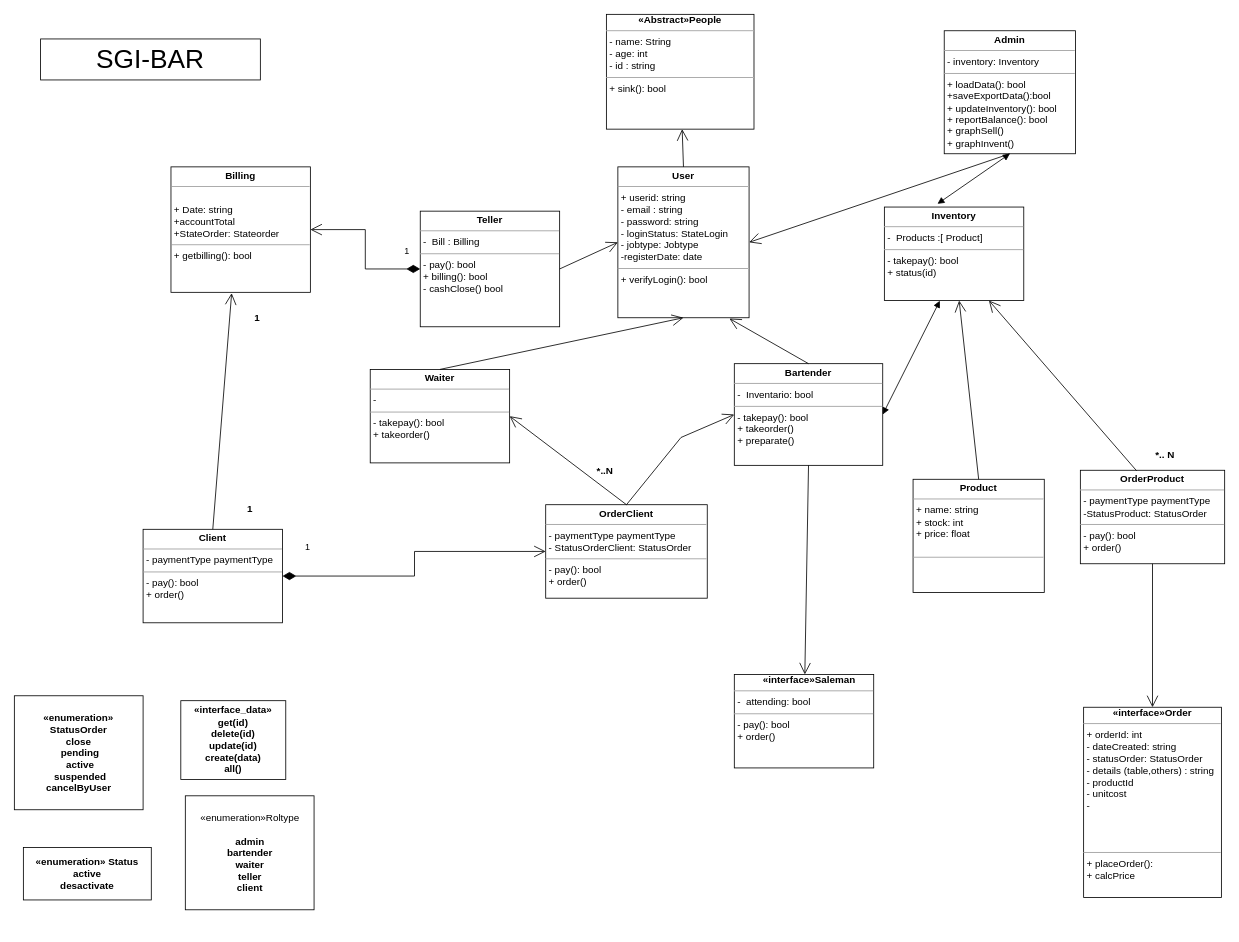
Before: page "SGI-bar" (5 of 5) of UML.drawio in BROC95/JJB_sw, a draw.io diagram. Source tidied: cells renumbered, new cells numbered last; positions are measured from the earlier drawing's top-left corner, leaving out a move shared by most shapes. Both pictures are drawn from the tidied source at 82%, with x=0, y=0 at pixel (14, 14).
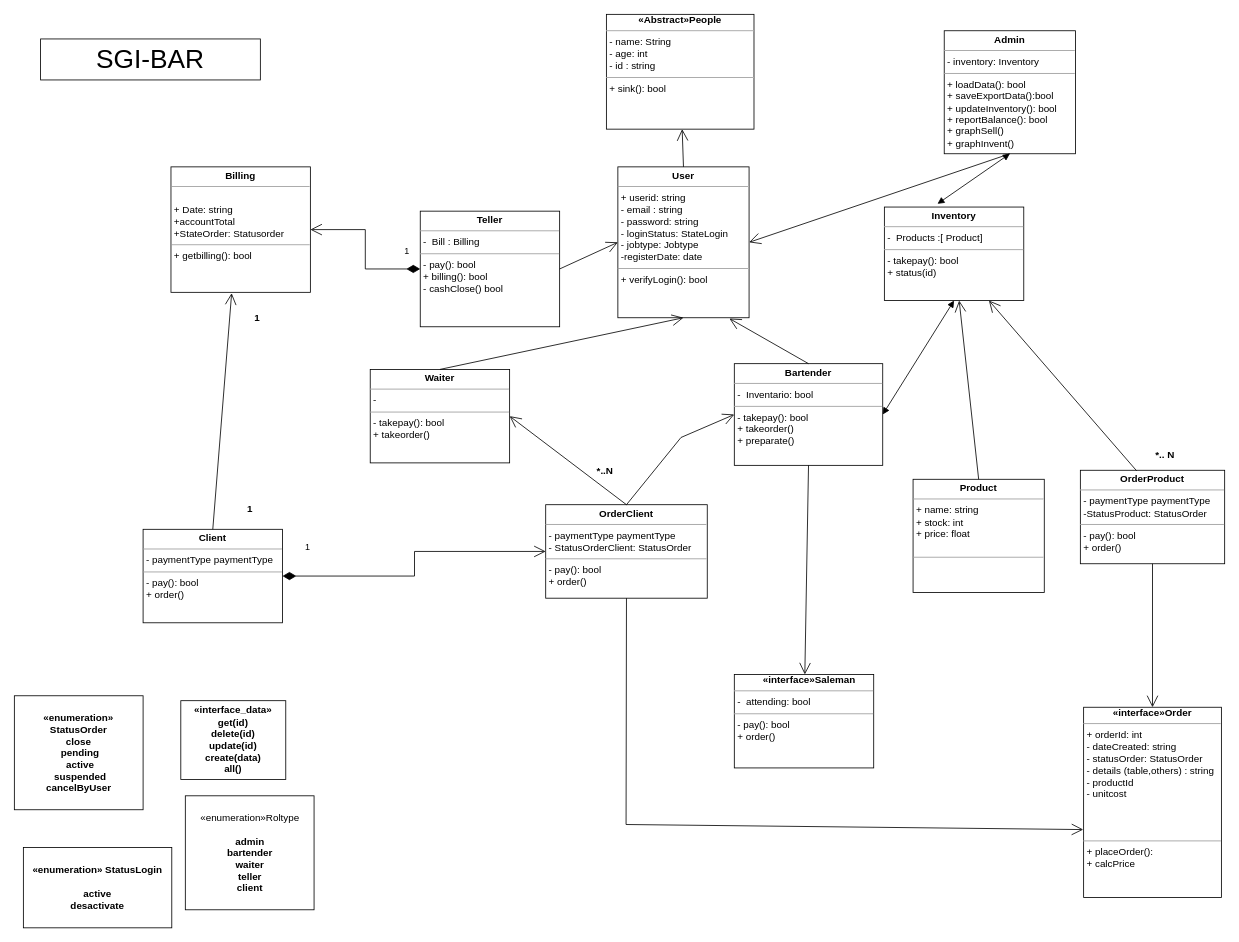
Above is the later version.

The change refers to these unchanged cells:
```xml
<mxCell id="13" value="&lt;p style=&quot;margin:0px;margin-top:4px;text-align:center;&quot;&gt;&lt;b&gt;Bartender&lt;/b&gt;&lt;/p&gt;&lt;hr size=&quot;1&quot;&gt;&lt;p style=&quot;margin:0px;margin-left:4px;&quot;&gt;-&amp;nbsp; Inventario: bool&lt;/p&gt;&lt;hr size=&quot;1&quot;&gt;&lt;p style=&quot;margin:0px;margin-left:4px;&quot;&gt;- takepay(): bool&lt;/p&gt;&lt;p style=&quot;margin:0px;margin-left:4px;&quot;&gt;+ takeorder()&lt;/p&gt;&lt;p style=&quot;margin:0px;margin-left:4px;&quot;&gt;+ preparate()&lt;/p&gt;" style="verticalAlign=top;align=left;overflow=fill;fontSize=12;fontFamily=Helvetica;html=1;whiteSpace=wrap;" parent="1" vertex="1">
  <mxGeometry x="878" y="426" width="181" height="124" as="geometry" />
</mxCell>
<mxCell id="14" value="&lt;p style=&quot;margin:0px;margin-top:4px;text-align:center;&quot;&gt;&lt;b&gt;Inventory&lt;/b&gt;&lt;/p&gt;&lt;hr size=&quot;1&quot;&gt;&lt;p style=&quot;margin:0px;margin-left:4px;&quot;&gt;-&amp;nbsp; Products :[ Product]&lt;/p&gt;&lt;hr size=&quot;1&quot;&gt;&lt;p style=&quot;margin:0px;margin-left:4px;&quot;&gt;- takepay(): bool&lt;/p&gt;&lt;p style=&quot;margin:0px;margin-left:4px;&quot;&gt;+ status(id)&lt;/p&gt;" style="verticalAlign=top;align=left;overflow=fill;fontSize=12;fontFamily=Helvetica;html=1;whiteSpace=wrap;" parent="1" vertex="1">
  <mxGeometry x="1061" y="235" width="170" height="114" as="geometry" />
</mxCell>
<mxCell id="23" value="&lt;p style=&quot;margin:0px;margin-top:4px;text-align:center;&quot;&gt;&lt;b&gt;OrderClient&lt;/b&gt;&lt;/p&gt;&lt;hr size=&quot;1&quot;&gt;&lt;p style=&quot;margin:0px;margin-left:4px;&quot;&gt;- paymentType paymentType&lt;/p&gt;&lt;p style=&quot;margin:0px;margin-left:4px;&quot;&gt;- StatusOrderClient: StatusOrder&lt;/p&gt;&lt;hr size=&quot;1&quot;&gt;&lt;p style=&quot;margin:0px;margin-left:4px;&quot;&gt;- pay(): bool&lt;/p&gt;&lt;p style=&quot;margin:0px;margin-left:4px;&quot;&gt;+ order()&lt;/p&gt;" style="verticalAlign=top;align=left;overflow=fill;fontSize=12;fontFamily=Helvetica;html=1;whiteSpace=wrap;" parent="1" vertex="1">
  <mxGeometry x="648" y="598" width="197" height="114" as="geometry" />
</mxCell>
```

Diff of the diagram source:
```diff
@@
-    <mxCell id="5" value="&lt;b&gt;«enumeration» Status&lt;br&gt;active&lt;br&gt;desactivate&lt;/b&gt;" style="html=1;whiteSpace=wrap;" parent="1" vertex="1">
-      <mxGeometry x="11" y="1016" width="156" height="64" as="geometry" />
+    <mxCell id="5" value="&lt;b&gt;«enumeration» StatusLogin&lt;br&gt;&lt;br&gt;active&lt;br&gt;desactivate&lt;/b&gt;" style="html=1;whiteSpace=wrap;" parent="1" vertex="1">
+      <mxGeometry x="11" y="1016" width="181" height="98" as="geometry" />
     </mxCell>
@@
-    <mxCell id="7" value="&lt;p style=&quot;margin:0px;margin-top:4px;text-align:center;&quot;&gt;&lt;b&gt;Admin&lt;/b&gt;&lt;/p&gt;&lt;hr size=&quot;1&quot;&gt;&lt;p style=&quot;margin:0px;margin-left:4px;&quot;&gt;- inventory: Inventory&lt;/p&gt;&lt;hr size=&quot;1&quot;&gt;&lt;p style=&quot;margin:0px;margin-left:4px;&quot;&gt;+ loadData(): bool&lt;/p&gt;&lt;p style=&quot;margin:0px;margin-left:4px;&quot;&gt;+saveExportData():bool&lt;/p&gt;&lt;p style=&quot;margin:0px;margin-left:4px;&quot;&gt;+ updateInventory(): bool&lt;/p&gt;&lt;p style=&quot;margin:0px;margin-left:4px;&quot;&gt;+ reportBalance(): bool&lt;/p&gt;&lt;p style=&quot;border-color: var(--border-color); margin: 0px 0px 0px 4px;&quot;&gt;+ graphSell()&lt;/p&gt;&lt;p style=&quot;border-color: var(--border-color); margin: 0px 0px 0px 4px;&quot;&gt;+ graphInvent()&lt;/p&gt;" style="verticalAlign=top;align=left;overflow=fill;fontSize=12;fontFamily=Helvetica;html=1;whiteSpace=wrap;" parent="1" vertex="1">
+    <mxCell id="7" value="&lt;p style=&quot;margin:0px;margin-top:4px;text-align:center;&quot;&gt;&lt;b&gt;Admin&lt;/b&gt;&lt;/p&gt;&lt;hr size=&quot;1&quot;&gt;&lt;p style=&quot;margin:0px;margin-left:4px;&quot;&gt;- inventory: Inventory&lt;/p&gt;&lt;hr size=&quot;1&quot;&gt;&lt;p style=&quot;margin:0px;margin-left:4px;&quot;&gt;+ loadData(): bool&lt;/p&gt;&lt;p style=&quot;margin:0px;margin-left:4px;&quot;&gt;+ saveExportData():bool&lt;/p&gt;&lt;p style=&quot;margin:0px;margin-left:4px;&quot;&gt;+ updateInventory(): bool&lt;/p&gt;&lt;p style=&quot;margin:0px;margin-left:4px;&quot;&gt;+ reportBalance(): bool&lt;/p&gt;&lt;p style=&quot;border-color: var(--border-color); margin: 0px 0px 0px 4px;&quot;&gt;+ graphSell()&lt;/p&gt;&lt;p style=&quot;border-color: var(--border-color); margin: 0px 0px 0px 4px;&quot;&gt;+ graphInvent()&lt;/p&gt;" style="verticalAlign=top;align=left;overflow=fill;fontSize=12;fontFamily=Helvetica;html=1;whiteSpace=wrap;" parent="1" vertex="1">
       <mxGeometry x="1134" y="20" width="160" height="150" as="geometry" />
     </mxCell>
@@
-    <mxCell id="16" style="endArrow=block;startArrow=block;endFill=1;startFill=1;html=1;rounded=0;exitX=1;exitY=0.5;exitDx=0;exitDy=0;entryX=0.398;entryY=1.002;entryDx=0;entryDy=0;entryPerimeter=0;" parent="1" edge="1" source="13" target="14">
-      <mxGeometry relative="1" as="geometry" />
-    </mxCell>
@@
-    <mxCell id="18" value="&lt;div style=&quot;text-align: center;&quot;&gt;&lt;b style=&quot;background-color: initial; border-color: var(--border-color);&quot;&gt;«interface&lt;/b&gt;&lt;b style=&quot;background-color: initial; border-color: var(--border-color);&quot;&gt;»&lt;b style=&quot;background-color: initial;&quot;&gt;Order&lt;/b&gt;&lt;/b&gt;&lt;/div&gt;&lt;hr size=&quot;1&quot;&gt;&lt;p style=&quot;margin:0px;margin-left:4px;&quot;&gt;+ orderId: int&lt;/p&gt;&lt;p style=&quot;margin:0px;margin-left:4px;&quot;&gt;- dateCreated: string&lt;/p&gt;&lt;p style=&quot;margin:0px;margin-left:4px;&quot;&gt;- statusOrder: StatusOrder&lt;/p&gt;&lt;p style=&quot;margin:0px;margin-left:4px;&quot;&gt;- details (table,others) : string&lt;/p&gt;&lt;p style=&quot;margin:0px;margin-left:4px;&quot;&gt;- productId&lt;/p&gt;&lt;p style=&quot;margin:0px;margin-left:4px;&quot;&gt;- unitcost&lt;/p&gt;&lt;p style=&quot;margin:0px;margin-left:4px;&quot;&gt;-&lt;/p&gt;&lt;p style=&quot;margin:0px;margin-left:4px;&quot;&gt;&lt;br&gt;&lt;/p&gt;&lt;p style=&quot;margin:0px;margin-left:4px;&quot;&gt;&lt;br&gt;&lt;/p&gt;&lt;p style=&quot;margin:0px;margin-left:4px;&quot;&gt;&lt;br&gt;&lt;/p&gt;&lt;hr size=&quot;1&quot;&gt;&lt;p style=&quot;margin:0px;margin-left:4px;&quot;&gt;+ placeOrder():&lt;/p&gt;&lt;p style=&quot;margin:0px;margin-left:4px;&quot;&gt;+ calcPrice&lt;/p&gt;" style="verticalAlign=top;align=left;overflow=fill;fontSize=12;fontFamily=Helvetica;html=1;whiteSpace=wrap;" parent="1" vertex="1">
+    <mxCell id="18" value="&lt;div style=&quot;text-align: center;&quot;&gt;&lt;b style=&quot;background-color: initial; border-color: var(--border-color);&quot;&gt;«interface&lt;/b&gt;&lt;b style=&quot;background-color: initial; border-color: var(--border-color);&quot;&gt;»&lt;b style=&quot;background-color: initial;&quot;&gt;Order&lt;/b&gt;&lt;/b&gt;&lt;/div&gt;&lt;hr size=&quot;1&quot;&gt;&lt;p style=&quot;margin:0px;margin-left:4px;&quot;&gt;+ orderId: int&lt;/p&gt;&lt;p style=&quot;margin:0px;margin-left:4px;&quot;&gt;- dateCreated: string&lt;/p&gt;&lt;p style=&quot;margin:0px;margin-left:4px;&quot;&gt;- statusOrder: StatusOrder&lt;/p&gt;&lt;p style=&quot;margin:0px;margin-left:4px;&quot;&gt;- details (table,others) : string&lt;/p&gt;&lt;p style=&quot;margin:0px;margin-left:4px;&quot;&gt;- productId&lt;/p&gt;&lt;p style=&quot;margin:0px;margin-left:4px;&quot;&gt;- unitcost&lt;/p&gt;&lt;p style=&quot;margin:0px;margin-left:4px;&quot;&gt;&lt;br&gt;&lt;/p&gt;&lt;p style=&quot;margin:0px;margin-left:4px;&quot;&gt;&lt;br&gt;&lt;/p&gt;&lt;p style=&quot;margin:0px;margin-left:4px;&quot;&gt;&lt;br&gt;&lt;/p&gt;&lt;hr size=&quot;1&quot;&gt;&lt;p style=&quot;margin:0px;margin-left:4px;&quot;&gt;+ placeOrder():&lt;/p&gt;&lt;p style=&quot;margin:0px;margin-left:4px;&quot;&gt;+ calcPrice&lt;/p&gt;" style="verticalAlign=top;align=left;overflow=fill;fontSize=12;fontFamily=Helvetica;html=1;whiteSpace=wrap;" parent="1" vertex="1">
       <mxGeometry x="1304" y="845" width="168" height="232" as="geometry" />
     </mxCell>
@@
-    <mxCell id="39" value="&lt;p style=&quot;margin:0px;margin-top:4px;text-align:center;&quot;&gt;&lt;b&gt;Billing&lt;/b&gt;&lt;/p&gt;&lt;hr size=&quot;1&quot;&gt;&lt;p style=&quot;margin:0px;margin-left:4px;&quot;&gt;&lt;br&gt;&lt;/p&gt;&lt;p style=&quot;margin:0px;margin-left:4px;&quot;&gt;+ Date: string&lt;/p&gt;&lt;p style=&quot;margin:0px;margin-left:4px;&quot;&gt;+accountTotal&lt;/p&gt;&lt;p style=&quot;margin:0px;margin-left:4px;&quot;&gt;+StateOrder: Stateorder&lt;/p&gt;&lt;hr size=&quot;1&quot;&gt;&lt;p style=&quot;margin:0px;margin-left:4px;&quot;&gt;&lt;span style=&quot;background-color: initial;&quot;&gt;+ getbilling(): bool&lt;/span&gt;&lt;br&gt;&lt;/p&gt;&lt;p style=&quot;margin:0px;margin-left:4px;&quot;&gt;&lt;br&gt;&lt;/p&gt;" style="verticalAlign=top;align=left;overflow=fill;fontSize=12;fontFamily=Helvetica;html=1;whiteSpace=wrap;" parent="1" vertex="1">
+    <mxCell id="39" value="&lt;p style=&quot;margin:0px;margin-top:4px;text-align:center;&quot;&gt;&lt;b&gt;Billing&lt;/b&gt;&lt;/p&gt;&lt;hr size=&quot;1&quot;&gt;&lt;p style=&quot;margin:0px;margin-left:4px;&quot;&gt;&lt;br&gt;&lt;/p&gt;&lt;p style=&quot;margin:0px;margin-left:4px;&quot;&gt;+ Date: string&lt;/p&gt;&lt;p style=&quot;margin:0px;margin-left:4px;&quot;&gt;+accountTotal&lt;/p&gt;&lt;p style=&quot;margin:0px;margin-left:4px;&quot;&gt;+StateOrder: Statusorder&lt;/p&gt;&lt;hr size=&quot;1&quot;&gt;&lt;p style=&quot;margin:0px;margin-left:4px;&quot;&gt;&lt;span style=&quot;background-color: initial;&quot;&gt;+ getbilling(): bool&lt;/span&gt;&lt;br&gt;&lt;/p&gt;&lt;p style=&quot;margin:0px;margin-left:4px;&quot;&gt;&lt;br&gt;&lt;/p&gt;" style="verticalAlign=top;align=left;overflow=fill;fontSize=12;fontFamily=Helvetica;html=1;whiteSpace=wrap;" parent="1" vertex="1">
       <mxGeometry x="191" y="186" width="170" height="153" as="geometry" />
     </mxCell>
@@
+    <mxCell id="41" style="endArrow=open;endFill=1;endSize=12;html=1;rounded=0;exitX=0.5;exitY=1;exitDx=0;exitDy=0;entryX=-0.003;entryY=0.643;entryDx=0;entryDy=0;entryPerimeter=0;" parent="1" edge="1" source="23" target="18">
+      <mxGeometry relative="1" as="geometry">
+        <Array as="points">
+          <mxPoint x="746" y="988" />
+        </Array>
+      </mxGeometry>
+    </mxCell>
+    <mxCell id="16" style="endArrow=block;startArrow=block;endFill=1;startFill=1;html=1;rounded=0;entryX=0.5;entryY=1;entryDx=0;entryDy=0;exitX=1;exitY=0.5;exitDx=0;exitDy=0;" parent="1" edge="1" source="13" target="14">
+      <mxGeometry relative="1" as="geometry" />
+    </mxCell>
```
